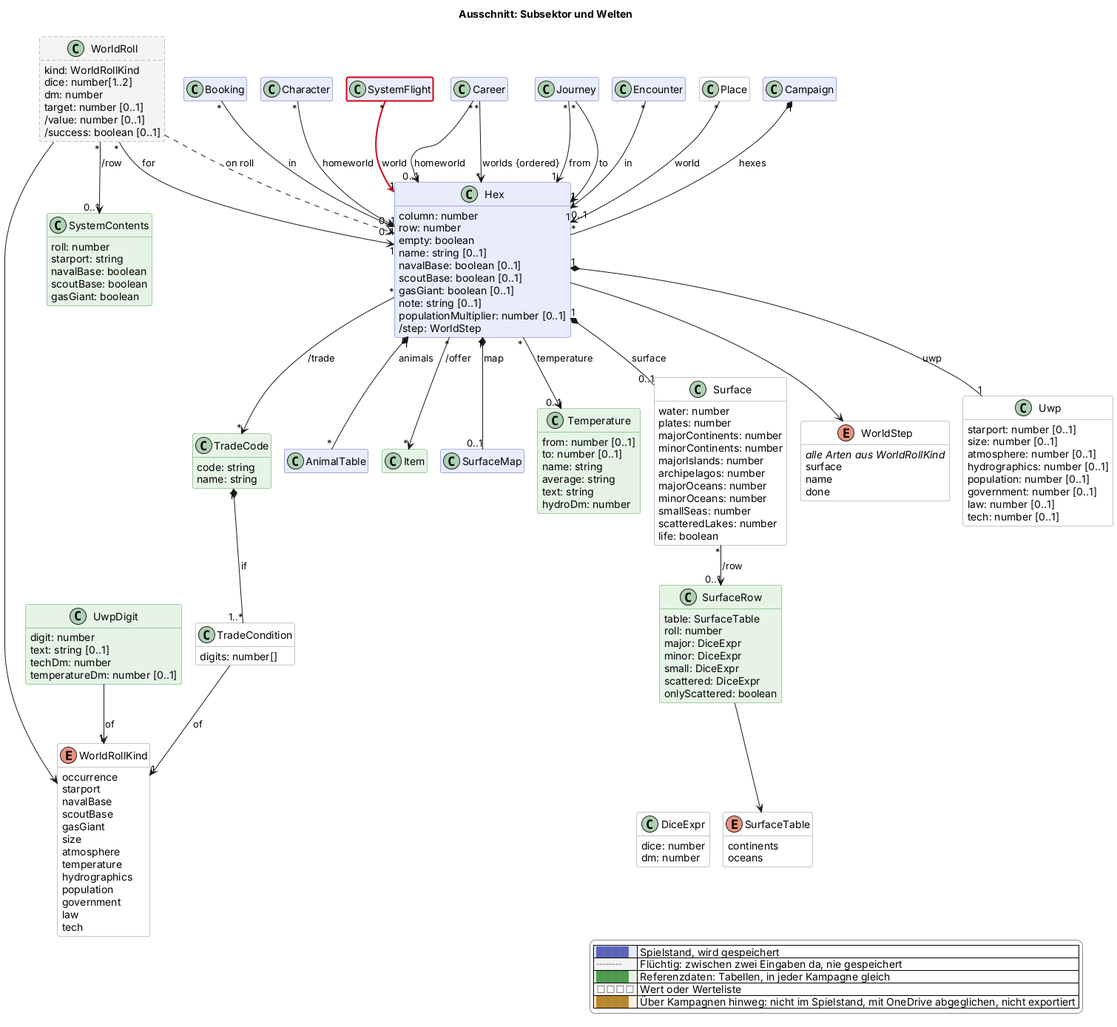
Above: docs/views/sektor.png in scuzzar/SRE (PlantUML), before the change.
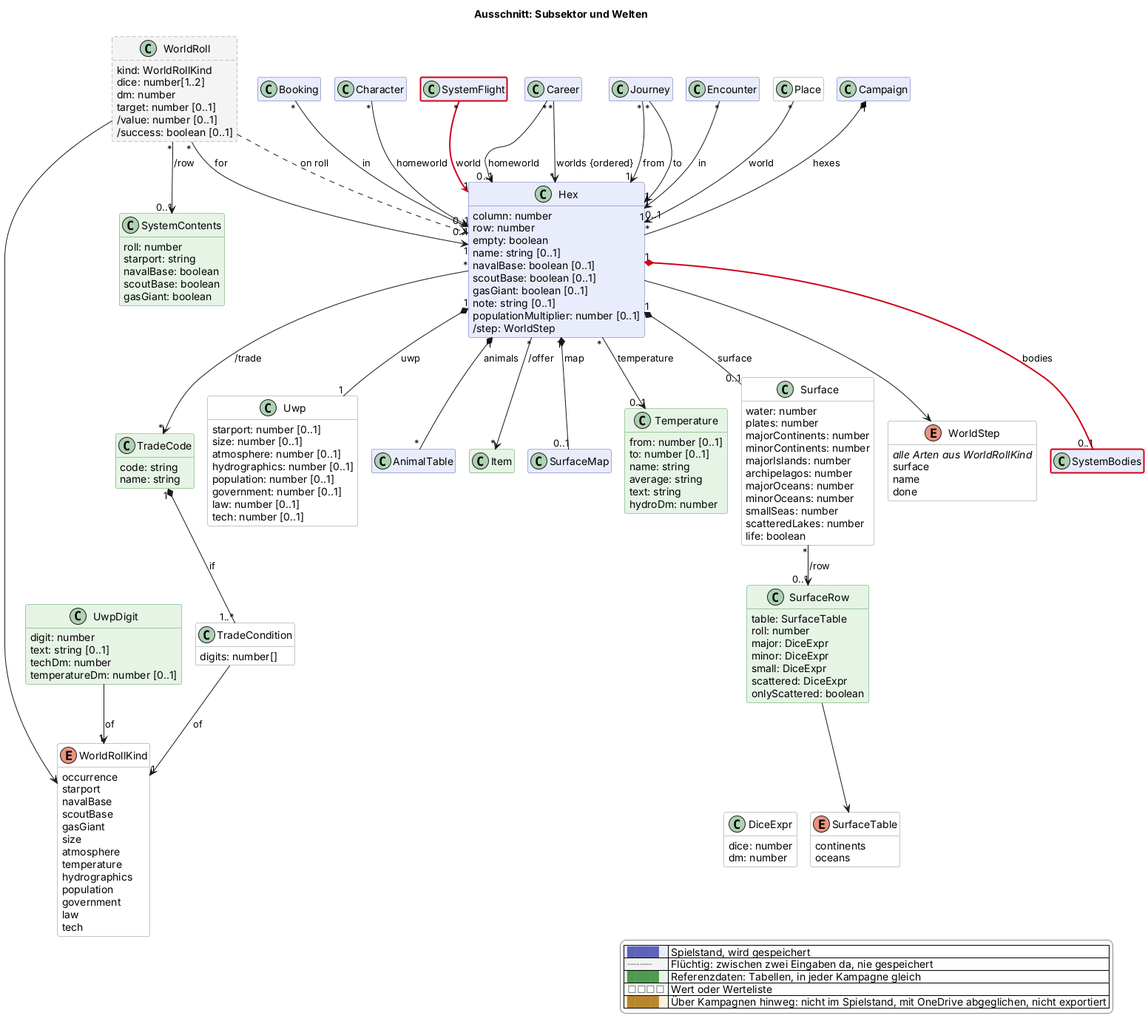
The same file after the commit.

Change to the diagram source:
```diff
@@ -75,6 +75,7 @@
 
 
   class SystemFlight $raum $newClass("2026-11-18")
+  class SystemBodies $raum $newClass("2026-11-18b")
 
   class Career $erschaffung
 
@@ -202,6 +203,7 @@
 
 
 SystemFlight "*" -$newArrow("2026-11-18")-> "1" Hex : world
+Hex "1" *-$newArrow("2026-11-18b")- "0..1" SystemBodies : bodies
 
 Journey "*" --> "1" Hex : from
 Journey "*" --> "1" Hex : to
@@ -248,4 +250,5 @@
   |<#ffffff> <color:#8a8a8a>□□□□</color> | Wert oder Werteliste |
   |<#fdf1dc> <color:#b8862e>████</color> | Über Kampagnen hinweg: nicht im Spielstand, mit OneDrive abgeglichen, nicht exportiert |
 endlegend
+class SystemFlight #line:d0021b;line.bold
 @enduml
```
